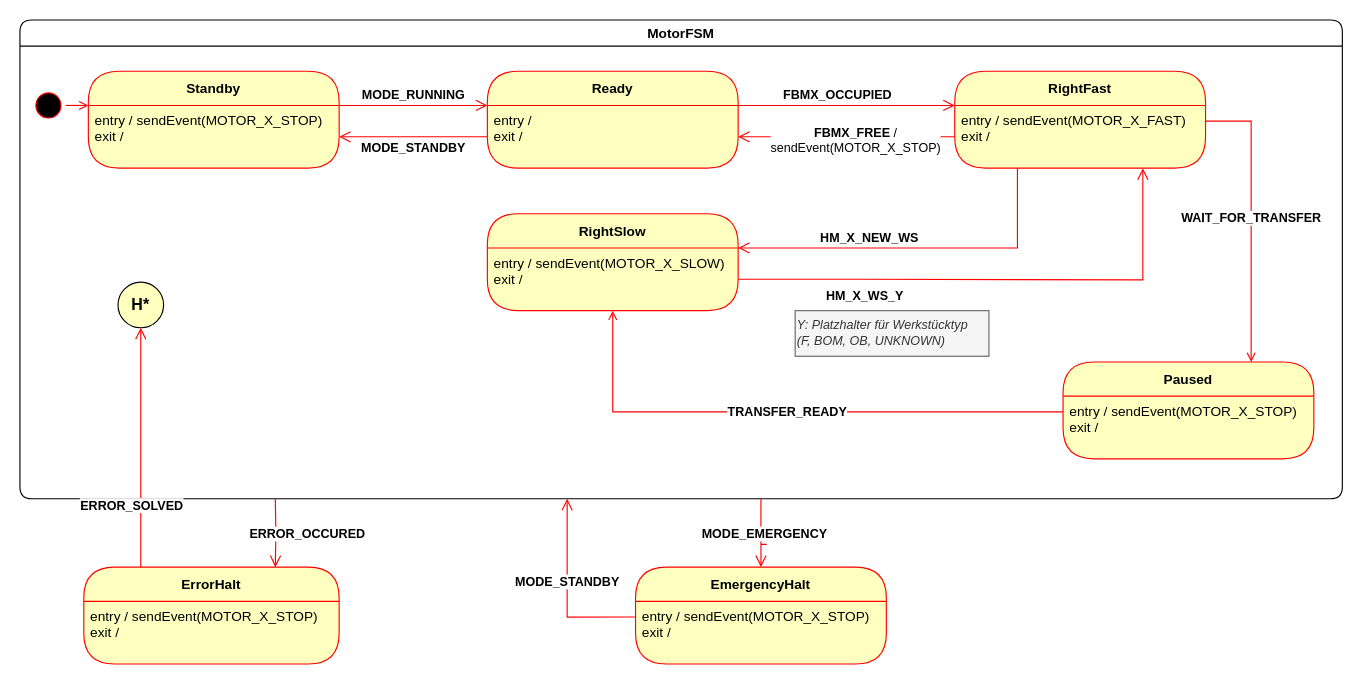
Before: page "motor" (2 of 6) of docs/diagrams/fsm/state_machines.drawio in u2knwy/ESEP-2023SoSe-Team-2-1, a draw.io diagram. Source tidied: cells renumbered, new cells numbered last; positions are measured from the earlier drawing's top-left corner, leaving out a move shared by most shapes. Both pictures are drawn from the tidied source at 114%, with x=0, y=0 at pixel (19, 19).
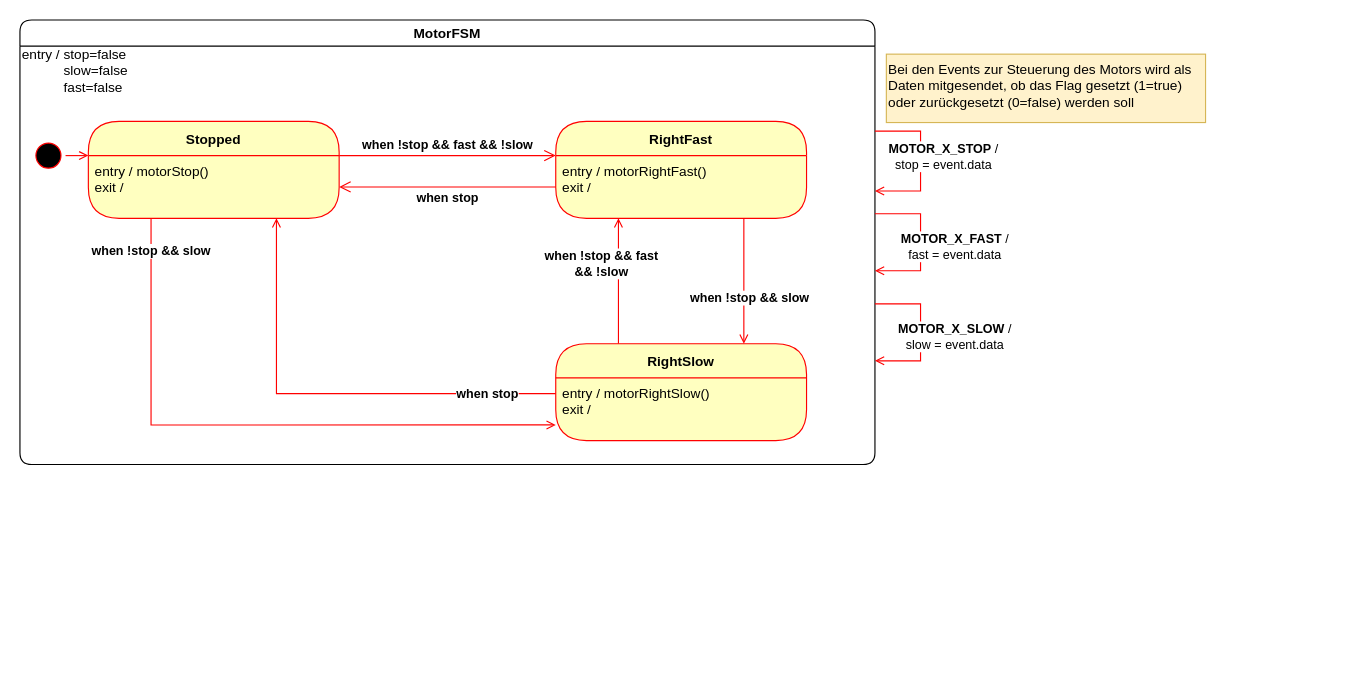
After the change.

Commit message (it also covers changes not shown here):
Update motor control logic

Diff of the diagram source:
```diff
@@
     <mxCell id="2" value="MotorFSM" style="swimlane;rounded=1;fillColor=none;startSize=23;" parent="1" vertex="1">
-      <mxGeometry width="1160" height="420" as="geometry" />
+      <mxGeometry width="750" height="390" as="geometry" />
     </mxCell>
-    <mxCell id="3" value="Standby" style="swimlane;fontStyle=1;align=center;verticalAlign=middle;horizontal=1;startSize=30;fontColor=#000000;rounded=1;arcSize=30;strokeColor=#ff0000;fillColor=#ffffc0;swimlaneFillColor=#ffffc0;" parent="2" vertex="1">
-      <mxGeometry x="60" y="45" width="220" height="85" as="geometry" />
+    <mxCell id="3" value="Stopped" style="swimlane;fontStyle=1;align=center;verticalAlign=middle;horizontal=1;startSize=30;fontColor=#000000;rounded=1;arcSize=30;strokeColor=#ff0000;fillColor=#ffffc0;swimlaneFillColor=#ffffc0;" parent="2" vertex="1">
+      <mxGeometry x="60" y="89" width="220" height="85" as="geometry" />
     </mxCell>
-    <mxCell id="4" value="&lt;div style=&quot;&quot;&gt;entry /&amp;nbsp;sendEvent(MOTOR_X_STOP)&lt;/div&gt;exit /" style="text;html=1;strokeColor=none;fillColor=none;align=left;verticalAlign=top;spacingLeft=4;spacingRight=4;whiteSpace=wrap;overflow=hidden;fontColor=#000000;" parent="3" vertex="1">
+    <mxCell id="4" value="&lt;div style=&quot;&quot;&gt;entry / motorStop()&lt;/div&gt;exit /" style="text;html=1;strokeColor=none;fillColor=none;align=left;verticalAlign=top;spacingLeft=4;spacingRight=4;whiteSpace=wrap;overflow=hidden;fontColor=#000000;" parent="3" vertex="1">
       <mxGeometry y="30" width="220" height="55" as="geometry" />
     </mxCell>
+    <mxCell id="33" value="&lt;b&gt;when !stop &amp;amp;&amp;amp; fast &lt;br&gt;&amp;amp;&amp;amp; !slow&lt;/b&gt;" style="edgeStyle=orthogonalEdgeStyle;rounded=0;jettySize=auto;html=1;exitX=0.25;exitY=0;exitDx=0;exitDy=0;entryX=0.25;entryY=1;entryDx=0;entryDy=0;strokeColor=#FF0000;endArrow=open;endFill=0;" parent="2" edge="1" source="5" target="8">
+      <mxGeometry x="0.27" y="15" relative="1" as="geometry" />
+    </mxCell>
     <mxCell id="5" value="RightSlow" style="swimlane;fontStyle=1;align=center;verticalAlign=middle;horizontal=1;startSize=30;fontColor=#000000;rounded=1;arcSize=30;strokeColor=#ff0000;fillColor=#ffffc0;swimlaneFillColor=#ffffc0;" parent="2" vertex="1">
-      <mxGeometry x="410" y="170" width="220" height="85" as="geometry" />
+      <mxGeometry x="470" y="284" width="220" height="85" as="geometry" />
     </mxCell>
-    <mxCell id="6" value="entry / sendEvent(MOTOR_X_SLOW)&lt;br&gt;exit /" style="text;html=1;strokeColor=none;fillColor=none;align=left;verticalAlign=top;spacingLeft=4;spacingRight=4;whiteSpace=wrap;overflow=hidden;fontColor=#000000;" parent="5" vertex="1">
+    <mxCell id="6" value="entry / motorRightSlow()&lt;br&gt;exit /" style="text;html=1;strokeColor=none;fillColor=none;align=left;verticalAlign=top;spacingLeft=4;spacingRight=4;whiteSpace=wrap;overflow=hidden;fontColor=#000000;" parent="5" vertex="1">
       <mxGeometry y="30" width="220" height="55" as="geometry" />
     </mxCell>
-    <mxCell id="7" value="Ready" style="swimlane;fontStyle=1;align=center;verticalAlign=middle;horizontal=1;startSize=30;fontColor=#000000;rounded=1;arcSize=30;strokeColor=#ff0000;fillColor=#ffffc0;swimlaneFillColor=#ffffc0;" parent="2" vertex="1">
-      <mxGeometry x="410" y="45" width="220" height="85" as="geometry" />
+    <mxCell id="7" value="RightFast" style="swimlane;fontStyle=1;align=center;verticalAlign=middle;horizontal=1;startSize=30;fontColor=#000000;rounded=1;arcSize=30;strokeColor=#ff0000;fillColor=#ffffc0;swimlaneFillColor=#ffffc0;" parent="2" vertex="1">
+      <mxGeometry x="470" y="89" width="220" height="85" as="geometry" />
     </mxCell>
-    <mxCell id="8" value="entry /&amp;nbsp;&lt;br&gt;exit /" style="text;html=1;strokeColor=none;fillColor=none;align=left;verticalAlign=top;spacingLeft=4;spacingRight=4;whiteSpace=wrap;overflow=hidden;fontColor=#000000;" parent="7" vertex="1">
+    <mxCell id="8" value="entry / motorRightFast()&lt;br&gt;exit /" style="text;html=1;strokeColor=none;fillColor=none;align=left;verticalAlign=top;spacingLeft=4;spacingRight=4;whiteSpace=wrap;overflow=hidden;fontColor=#000000;" parent="7" vertex="1">
       <mxGeometry y="30" width="220" height="55" as="geometry" />
     </mxCell>
-    <mxCell id="9" value="RightFast" style="swimlane;fontStyle=1;align=center;verticalAlign=middle;horizontal=1;startSize=30;fontColor=#000000;rounded=1;arcSize=30;strokeColor=#ff0000;fillColor=#ffffc0;swimlaneFillColor=#ffffc0;" parent="2" vertex="1">
-      <mxGeometry x="820" y="45" width="220" height="85" as="geometry" />
-    </mxCell>
-    <mxCell id="10" value="entry / sendEvent(MOTOR_X_FAST)&lt;br&gt;exit /" style="text;html=1;strokeColor=none;fillColor=none;align=left;verticalAlign=top;spacingLeft=4;spacingRight=4;whiteSpace=wrap;overflow=hidden;fontColor=#000000;" parent="9" vertex="1">
-      <mxGeometry y="30" width="220" height="55" as="geometry" />
-    </mxCell>
-    <mxCell id="11" value="HM_X_NEW_WS" style="edgeStyle=orthogonalEdgeStyle;html=1;verticalAlign=bottom;endArrow=open;endSize=8;strokeColor=#ff0000;rounded=0;entryX=1;entryY=0;entryDx=0;entryDy=0;exitX=0.25;exitY=1;exitDx=0;exitDy=0;fontStyle=1;" parent="2" edge="1" source="10" target="6">
-      <mxGeometry x="0.27" relative="1" as="geometry">
-        <Array as="points">
-          <mxPoint x="875" y="200" />
-        </Array>
-      </mxGeometry>
-    </mxCell>
-    <mxCell id="12" value="HM_X_WS_Y" style="edgeStyle=orthogonalEdgeStyle;html=1;verticalAlign=bottom;endArrow=open;endSize=8;strokeColor=#ff0000;rounded=0;entryX=0.75;entryY=1;entryDx=0;entryDy=0;exitX=1;exitY=0.5;exitDx=0;exitDy=0;fontStyle=1;" parent="2" edge="1" source="6" target="10">
-      <mxGeometry x="-0.51" y="-23" relative="1" as="geometry">
-        <Array as="points">
-          <mxPoint x="738" y="228" />
-          <mxPoint x="743" y="228" />
-        </Array>
-      </mxGeometry>
-    </mxCell>
-    <mxCell id="13" value="MODE_RUNNING" style="edgeStyle=orthogonalEdgeStyle;html=1;verticalAlign=bottom;endArrow=open;endSize=8;strokeColor=#ff0000;rounded=0;entryX=0;entryY=0;entryDx=0;entryDy=0;exitX=1;exitY=0;exitDx=0;exitDy=0;fontStyle=1;" parent="2" edge="1" source="4" target="8">
+    <mxCell id="13" value="when !stop &amp;amp;&amp;amp; fast &amp;amp;&amp;amp; !slow" style="edgeStyle=orthogonalEdgeStyle;html=1;verticalAlign=bottom;endArrow=open;endSize=8;strokeColor=#ff0000;rounded=0;entryX=0;entryY=0;entryDx=0;entryDy=0;exitX=1;exitY=0;exitDx=0;exitDy=0;fontStyle=1;" parent="2" edge="1" source="4" target="8">
       <mxGeometry relative="1" as="geometry">
         <Array as="points">
-          <mxPoint x="370" y="75" />
-          <mxPoint x="370" y="75" />
+          <mxPoint x="370" y="119" />
+          <mxPoint x="370" y="119" />
         </Array>
       </mxGeometry>
     </mxCell>
-    <mxCell id="14" value="MODE_STANDBY" style="edgeStyle=orthogonalEdgeStyle;html=1;verticalAlign=bottom;endArrow=open;endSize=8;strokeColor=#ff0000;rounded=0;entryX=1;entryY=0.5;entryDx=0;entryDy=0;exitX=0;exitY=0.5;exitDx=0;exitDy=0;fontStyle=1;" parent="2" edge="1" source="8" target="4">
+    <mxCell id="14" value="when stop" style="edgeStyle=orthogonalEdgeStyle;html=1;verticalAlign=bottom;endArrow=open;endSize=8;strokeColor=#ff0000;rounded=0;entryX=1;entryY=0.5;entryDx=0;entryDy=0;exitX=0;exitY=0.5;exitDx=0;exitDy=0;fontStyle=1;" parent="2" edge="1" source="8" target="4">
       <mxGeometry y="18" relative="1" as="geometry" />
     </mxCell>
-    <mxCell id="15" value="FBMX_OCCUPIED" style="edgeStyle=orthogonalEdgeStyle;html=1;verticalAlign=bottom;endArrow=open;endSize=8;strokeColor=#ff0000;rounded=0;entryX=0;entryY=0;entryDx=0;entryDy=0;exitX=1;exitY=0;exitDx=0;exitDy=0;fontStyle=1;" parent="2" edge="1" source="8" target="10">
-      <mxGeometry x="-0.08" relative="1" as="geometry">
-        <Array as="points">
-          <mxPoint x="730" y="75" />
-        </Array>
-      </mxGeometry>
-    </mxCell>
-    <mxCell id="16" value="FBMX_FREE&lt;span style=&quot;font-weight: normal;&quot;&gt; /&lt;br&gt;sendEvent(MOTOR_X_STOP)&lt;/span&gt;" style="edgeStyle=orthogonalEdgeStyle;html=1;verticalAlign=bottom;endArrow=open;endSize=8;strokeColor=#ff0000;rounded=0;entryX=1;entryY=0.5;entryDx=0;entryDy=0;exitX=0;exitY=0.5;exitDx=0;exitDy=0;fontStyle=1;" parent="2" edge="1" source="10" target="8">
-      <mxGeometry x="-0.08" y="18" relative="1" as="geometry">
-        <Array as="points">
-          <mxPoint x="730" y="103" />
-          <mxPoint x="730" y="103" />
-        </Array>
-      </mxGeometry>
-    </mxCell>
-    <mxCell id="17" value="H*" style="ellipse;whiteSpace=wrap;html=1;rounded=1;fillColor=#FFFFC0;fontStyle=1;fontSize=14;" parent="2" vertex="1">
-      <mxGeometry x="86" y="230" width="40" height="40" as="geometry" />
-    </mxCell>
-    <mxCell id="18" value="Y: Platzhalter für Werkstücktyp&lt;br&gt;(F, BOM, OB, UNKNOWN)" style="text;html=1;strokeColor=#666666;fillColor=#f5f5f5;align=left;verticalAlign=middle;whiteSpace=wrap;rounded=0;fontSize=11;fontStyle=2;fontColor=#333333;" parent="2" vertex="1">
-      <mxGeometry x="680" y="255" width="170" height="40" as="geometry" />
-    </mxCell>
@@
     <mxCell id="20" style="ellipse;html=1;shape=startState;fillColor=#000000;strokeColor=#ff0000;" parent="2" vertex="1">
-      <mxGeometry x="10" y="60" width="30" height="30" as="geometry" />
+      <mxGeometry x="10" y="104" width="30" height="30" as="geometry" />
     </mxCell>
-    <mxCell id="21" value="&lt;b&gt;WAIT_FOR_TRANSFER&lt;/b&gt;" style="edgeStyle=orthogonalEdgeStyle;rounded=0;jettySize=auto;html=1;exitX=0.75;exitY=0;exitDx=0;exitDy=0;strokeColor=#FF0000;endArrow=none;endFill=0;startArrow=open;startFill=0;entryX=1;entryY=0.25;entryDx=0;entryDy=0;" parent="2" edge="1" source="22" target="10">
-      <mxGeometry relative="1" as="geometry" />
-    </mxCell>
-    <mxCell id="22" value="Paused" style="swimlane;fontStyle=1;align=center;verticalAlign=middle;horizontal=1;startSize=30;fontColor=#000000;rounded=1;arcSize=30;strokeColor=#ff0000;fillColor=#ffffc0;swimlaneFillColor=#ffffc0;" parent="2" vertex="1">
-      <mxGeometry x="915" y="300" width="220" height="85" as="geometry" />
-    </mxCell>
-    <mxCell id="23" value="entry / sendEvent(MOTOR_X_STOP)&lt;br&gt;exit /" style="text;html=1;strokeColor=none;fillColor=none;align=left;verticalAlign=top;spacingLeft=4;spacingRight=4;whiteSpace=wrap;overflow=hidden;fontColor=#000000;" parent="22" vertex="1">
-      <mxGeometry y="30" width="220" height="55" as="geometry" />
-    </mxCell>
-    <mxCell id="24" value="&lt;b&gt;TRANSFER_READY&lt;/b&gt;" style="edgeStyle=orthogonalEdgeStyle;rounded=0;jettySize=auto;html=1;exitX=0;exitY=0.25;exitDx=0;exitDy=0;strokeColor=#FF0000;endArrow=open;endFill=0;entryX=0.5;entryY=1;entryDx=0;entryDy=0;" parent="2" edge="1" source="23" target="6">
-      <mxGeometry relative="1" as="geometry" />
-    </mxCell>
-    <mxCell id="25" value="EmergencyHalt" style="swimlane;fontStyle=1;align=center;verticalAlign=middle;horizontal=1;startSize=30;fontColor=#000000;rounded=1;arcSize=30;strokeColor=#ff0000;fillColor=#ffffc0;swimlaneFillColor=#ffffc0;" parent="1" vertex="1">
-      <mxGeometry x="540" y="480" width="220" height="85" as="geometry" />
-    </mxCell>
-    <mxCell id="26" value="entry / sendEvent(MOTOR_X_STOP)&lt;br&gt;exit /" style="text;html=1;strokeColor=none;fillColor=none;align=left;verticalAlign=top;spacingLeft=4;spacingRight=4;whiteSpace=wrap;overflow=hidden;fontColor=#000000;" parent="25" vertex="1">
-      <mxGeometry y="30" width="220" height="55" as="geometry" />
-    </mxCell>
-    <mxCell id="27" value="MODE_EMERGENCY" style="edgeStyle=orthogonalEdgeStyle;html=1;verticalAlign=bottom;endArrow=open;endSize=8;strokeColor=#ff0000;rounded=0;entryX=0.5;entryY=0;entryDx=0;entryDy=0;fontStyle=1;" parent="1" edge="1" target="25">
-      <mxGeometry x="0.33" relative="1" as="geometry">
-        <mxPoint x="650" y="420" as="sourcePoint" />
-        <Array as="points">
-          <mxPoint x="655" y="460" />
-          <mxPoint x="655" y="460" />
-        </Array>
-      </mxGeometry>
-    </mxCell>
-    <mxCell id="28" value="MODE_STANDBY" style="edgeStyle=orthogonalEdgeStyle;html=1;verticalAlign=bottom;endArrow=open;endSize=8;strokeColor=#ff0000;rounded=0;exitX=0;exitY=0.25;exitDx=0;exitDy=0;fontStyle=1;" parent="1" edge="1" source="26">
-      <mxGeometry relative="1" as="geometry">
-        <mxPoint x="480" y="420" as="targetPoint" />
-        <Array as="points">
-          <mxPoint x="480" y="524" />
-        </Array>
-      </mxGeometry>
-    </mxCell>
-    <mxCell id="29" value="ERROR_OCCURED" style="edgeStyle=orthogonalEdgeStyle;html=1;verticalAlign=bottom;endArrow=open;endSize=8;strokeColor=#ff0000;rounded=0;entryX=0.75;entryY=0;entryDx=0;entryDy=0;fontStyle=1;" parent="1" edge="1" target="31">
-      <mxGeometry x="0.34" y="28" relative="1" as="geometry">
-        <mxPoint x="224" y="420" as="sourcePoint" />
-      </mxGeometry>
-    </mxCell>
-    <mxCell id="30" value="ERROR_SOLVED" style="edgeStyle=orthogonalEdgeStyle;html=1;verticalAlign=bottom;endArrow=open;endSize=8;strokeColor=#ff0000;rounded=0;exitX=0.25;exitY=0;exitDx=0;exitDy=0;entryX=0.5;entryY=1;entryDx=0;entryDy=0;fontStyle=1;" parent="1" edge="1" source="31" target="17">
-      <mxGeometry x="-0.4" y="8" relative="1" as="geometry">
-        <Array as="points">
-          <mxPoint x="106" y="490" />
-        </Array>
-      </mxGeometry>
-    </mxCell>
-    <mxCell id="31" value="ErrorHalt" style="swimlane;fontStyle=1;align=center;verticalAlign=middle;horizontal=1;startSize=30;fontColor=#000000;rounded=1;arcSize=30;strokeColor=#ff0000;fillColor=#ffffc0;swimlaneFillColor=#ffffc0;" parent="1" vertex="1">
-      <mxGeometry x="56" y="480" width="224" height="85" as="geometry" />
-    </mxCell>
-    <mxCell id="32" value="entry / sendEvent(MOTOR_X_STOP)&lt;br&gt;exit /" style="text;html=1;strokeColor=none;fillColor=none;align=left;verticalAlign=top;spacingLeft=4;spacingRight=4;whiteSpace=wrap;overflow=hidden;fontColor=#000000;" parent="31" vertex="1">
-      <mxGeometry y="30" width="224" height="55" as="geometry" />
-    </mxCell>
+    <mxCell id="34" value="&lt;b&gt;when !stop &amp;amp;&amp;amp; slow&lt;/b&gt;" style="edgeStyle=orthogonalEdgeStyle;rounded=0;jettySize=auto;html=1;exitX=0.75;exitY=1;exitDx=0;exitDy=0;entryX=0.75;entryY=0;entryDx=0;entryDy=0;strokeColor=#FF0000;endArrow=open;endFill=0;" parent="2" edge="1" source="8" target="5">
+      <mxGeometry x="0.27" y="5" relative="1" as="geometry" />
+    </mxCell>
+    <mxCell id="35" value="&lt;b&gt;when stop&lt;/b&gt;" style="edgeStyle=orthogonalEdgeStyle;rounded=0;jettySize=auto;html=1;exitX=0;exitY=0.25;exitDx=0;exitDy=0;entryX=0.75;entryY=1;entryDx=0;entryDy=0;strokeColor=#FF0000;endArrow=open;endFill=0;" parent="2" edge="1" source="6" target="4">
+      <mxGeometry x="-0.7" relative="1" as="geometry" />
+    </mxCell>
+    <mxCell id="36" value="&lt;b&gt;when !stop &amp;amp;&amp;amp; slow&lt;/b&gt;" style="edgeStyle=orthogonalEdgeStyle;rounded=0;jettySize=auto;html=1;exitX=0.25;exitY=1;exitDx=0;exitDy=0;entryX=0;entryY=0.75;entryDx=0;entryDy=0;strokeColor=#FF0000;endArrow=open;endFill=0;" parent="2" edge="1" source="4" target="6">
+      <mxGeometry x="-0.89" relative="1" as="geometry" />
+    </mxCell>
+    <mxCell id="37" value="entry / stop=false&lt;br&gt;&lt;span style=&quot;white-space: pre;&quot;&gt;&#9;&lt;/span&gt;&amp;nbsp; &amp;nbsp;slow=false&lt;br&gt;&lt;span style=&quot;white-space: pre;&quot;&gt;&#9;&lt;/span&gt;&amp;nbsp; &amp;nbsp;fast=false" style="text;html=1;strokeColor=none;fillColor=none;align=left;verticalAlign=middle;whiteSpace=wrap;rounded=0;" parent="2" vertex="1">
+      <mxGeometry y="30" width="150" height="30" as="geometry" />
+    </mxCell>
+    <mxCell id="38" value="&lt;b&gt;MOTOR_X_STOP&lt;/b&gt; / &lt;br&gt;stop = event.data" style="edgeStyle=orthogonalEdgeStyle;rounded=0;jettySize=auto;html=1;exitX=1;exitY=0.25;exitDx=0;exitDy=0;strokeColor=#FF0000;endArrow=open;endFill=0;" parent="1" edge="1" source="2">
+      <mxGeometry x="-0.06" y="20" relative="1" as="geometry">
+        <mxPoint x="750" y="150" as="targetPoint" />
+        <Array as="points">
+          <mxPoint x="790" y="97" />
+          <mxPoint x="790" y="150" />
+          <mxPoint x="750" y="150" />
+        </Array>
+      </mxGeometry>
+    </mxCell>
+    <mxCell id="39" value="&lt;b&gt;MOTOR_X_FAST&lt;/b&gt; / &lt;br&gt;fast = event.data" style="edgeStyle=orthogonalEdgeStyle;rounded=0;orthogonalLoop=1;jettySize=auto;html=1;exitX=1;exitY=0.25;exitDx=0;exitDy=0;strokeColor=#FF0000;endArrow=open;endFill=0;" parent="1" edge="1">
+      <mxGeometry x="0.06" y="30" relative="1" as="geometry">
+        <mxPoint x="750" y="170" as="sourcePoint" />
+        <mxPoint x="750" y="220" as="targetPoint" />
+        <Array as="points">
+          <mxPoint x="790" y="170" />
+          <mxPoint x="790" y="220" />
+        </Array>
+      </mxGeometry>
+    </mxCell>
+    <mxCell id="40" value="&lt;b&gt;MOTOR_X_SLOW&lt;/b&gt; / &lt;br&gt;slow = event.data" style="edgeStyle=orthogonalEdgeStyle;rounded=0;orthogonalLoop=1;jettySize=auto;html=1;exitX=1;exitY=0.25;exitDx=0;exitDy=0;strokeColor=#FF0000;endArrow=open;endFill=0;" parent="1" edge="1">
+      <mxGeometry x="0.06" y="30" relative="1" as="geometry">
+        <mxPoint x="750" y="249" as="sourcePoint" />
+        <mxPoint x="750" y="299" as="targetPoint" />
+        <Array as="points">
+          <mxPoint x="790" y="249" />
+          <mxPoint x="790" y="299" />
+        </Array>
+      </mxGeometry>
+    </mxCell>
+    <mxCell id="41" value="Bei den Events zur Steuerung des Motors wird als Daten mitgesendet, ob das Flag gesetzt (1=true) oder zurückgesetzt (0=false) werden soll" style="text;html=1;strokeColor=#d6b656;fillColor=#fff2cc;align=left;verticalAlign=top;whiteSpace=wrap;rounded=0;" parent="1" vertex="1">
+      <mxGeometry x="760" y="30" width="280" height="60" as="geometry" />
+    </mxCell>
```
